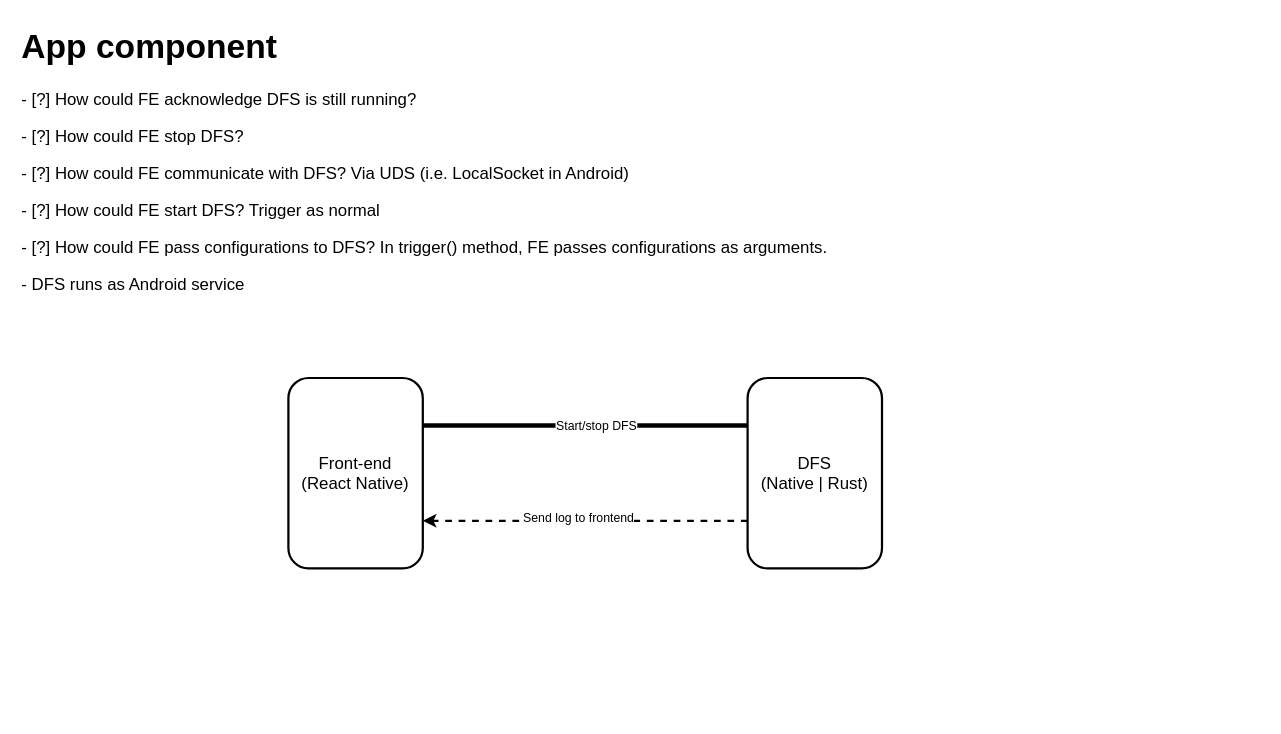
The draw.io diagram page "app-component" (1 of 4) of front-end/design.drawio in hoanghl/xbutler-document, before the edit. Source tidied: cells renumbered, new cells numbered last; positions are measured from the earlier drawing's top-left corner, leaving out a move shared by most shapes. Both pictures are drawn from the tidied source at 112%, with x=0, y=0 at pixel (19, 19).
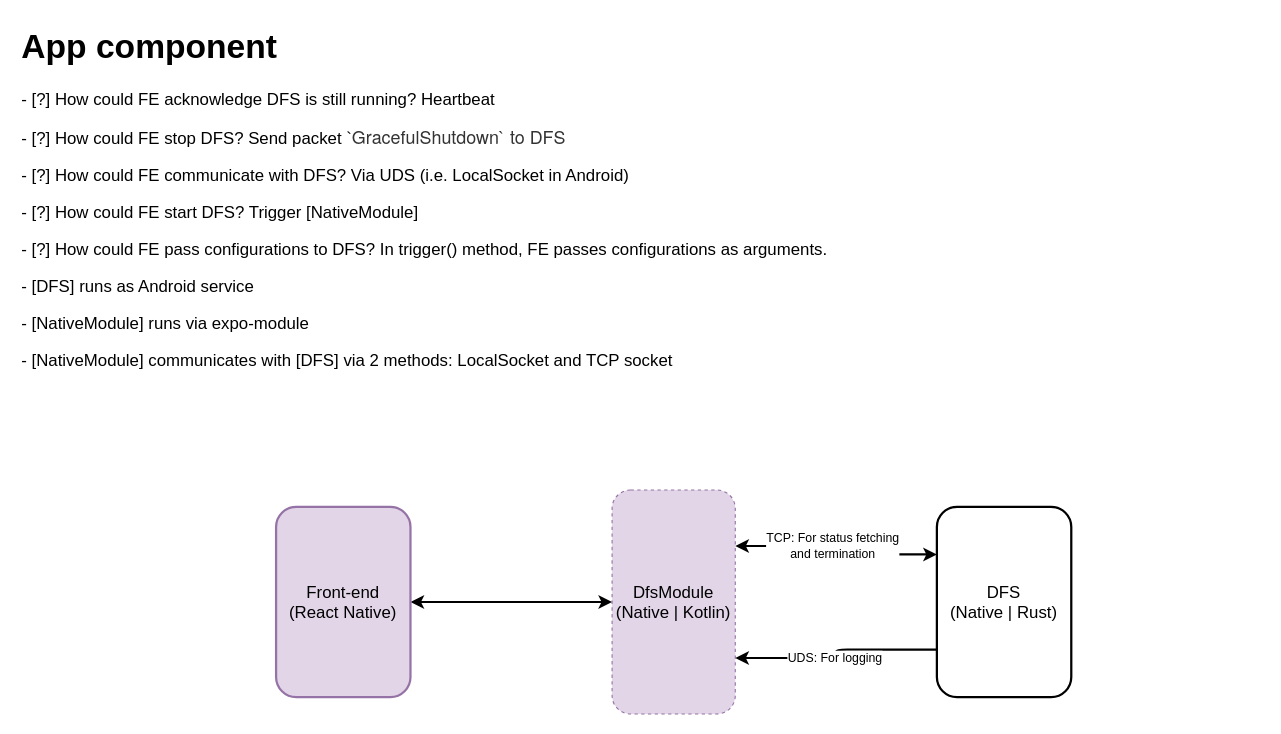
Above is the later version.

Commit message (it also covers changes not shown here):
Add system design and description for feature: Fetch DFS status

Change to the diagram source:
```diff
@@
 <mxGraphModel>
   <root>
     <mxCell id="0" />
     <mxCell id="1" parent="0" />
-    <mxCell id="2" style="edgeStyle=orthogonalEdgeStyle;rounded=0;jettySize=auto;html=1;exitX=0;exitY=0.75;exitDx=0;exitDy=0;entryX=1;entryY=0.75;entryDx=0;entryDy=0;strokeWidth=2;dashed=1;" parent="1" edge="1" source="5" target="4">
-      <mxGeometry relative="1" as="geometry" />
-    </mxCell>
-    <mxCell id="3" value="Send log to frontend" style="edgeLabel;html=1;align=center;verticalAlign=middle;" parent="2" vertex="1">
-      <mxGeometry x="0.05" y="-3" relative="1" as="geometry" />
-    </mxCell>
+    <mxCell id="9" value="&lt;font style=&quot;font-size: 15px;&quot;&gt;DfsModule&lt;/font&gt;&lt;div&gt;&lt;font style=&quot;font-size: 15px;&quot;&gt;(Native | Kotlin)&lt;/font&gt;&lt;/div&gt;" style="rounded=1;whiteSpace=wrap;html=1;dashed=1;fillColor=#e1d5e7;strokeColor=#9673a6;" parent="1" vertex="1">
+      <mxGeometry x="529" y="420" width="110" height="200" as="geometry" />
+    </mxCell>
+    <mxCell id="10" style="edgeStyle=orthogonalEdgeStyle;rounded=0;jettySize=auto;html=1;exitX=1;exitY=0.5;exitDx=0;exitDy=0;entryX=0;entryY=0.5;entryDx=0;entryDy=0;strokeWidth=2;startArrow=classic;startFill=1;" parent="1" edge="1" source="4" target="9">
+      <mxGeometry relative="1" as="geometry" />
+    </mxCell>
-    <mxCell id="4" value="&lt;font&gt;Front-end&lt;/font&gt;&lt;div&gt;&lt;font&gt;(React Native)&lt;/font&gt;&lt;/div&gt;" style="rounded=1;whiteSpace=wrap;html=1;strokeWidth=2;fontSize=15;" parent="1" vertex="1">
-      <mxGeometry x="240" y="320" width="120" height="170" as="geometry" />
+    <mxCell id="4" value="&lt;font&gt;Front-end&lt;/font&gt;&lt;div&gt;&lt;font&gt;(React Native)&lt;/font&gt;&lt;/div&gt;" style="rounded=1;whiteSpace=wrap;html=1;strokeWidth=2;fontSize=15;fillColor=#e1d5e7;strokeColor=#9673a6;" parent="1" vertex="1">
+      <mxGeometry x="229" y="435" width="120" height="170" as="geometry" />
     </mxCell>
     <mxCell id="5" value="&lt;span&gt;DFS&lt;/span&gt;&lt;div&gt;&lt;span&gt;(Native | Rust)&lt;/span&gt;&lt;/div&gt;" style="rounded=1;whiteSpace=wrap;html=1;strokeWidth=2;fontSize=15;" parent="1" vertex="1">
-      <mxGeometry x="650" y="320" width="120" height="170" as="geometry" />
+      <mxGeometry x="819" y="435" width="120" height="170" as="geometry" />
     </mxCell>
-    <mxCell id="6" value="&lt;h1 style=&quot;margin-top: 0px;&quot;&gt;App component&lt;/h1&gt;&lt;p&gt;- [?] How could FE acknowledge DFS is still running?&lt;/p&gt;&lt;p&gt;- [?] How could FE stop DFS?&lt;/p&gt;&lt;p&gt;- [?] How could FE communicate with DFS? Via UDS (i.e. LocalSocket in Android)&lt;/p&gt;&lt;p&gt;- [?] How could FE start DFS? Trigger as normal&lt;/p&gt;&lt;p&gt;- [?] How could FE pass configurations to DFS? In trigger() method, FE passes configurations as arguments.&lt;/p&gt;&lt;p&gt;- DFS runs as Android service&lt;/p&gt;" style="text;html=1;whiteSpace=wrap;overflow=hidden;rounded=0;fontSize=15;" parent="1" vertex="1">
+    <mxCell id="6" value="&lt;h1 style=&quot;margin-top: 0px;&quot;&gt;App component&lt;/h1&gt;&lt;p&gt;- [?] How could FE acknowledge DFS is still running? Heartbeat&lt;/p&gt;&lt;p&gt;- [?] How could FE stop DFS? Send packet `&lt;span style=&quot;background-color: rgb(255, 255, 255); color: rgb(51, 51, 51); font-family: &amp;quot;Helvetica Neue&amp;quot;, Helvetica, &amp;quot;Segoe UI&amp;quot;, Arial, freesans, sans-serif; font-size: 16px;&quot;&gt;GracefulShutdown` to DFS&lt;/span&gt;&lt;/p&gt;&lt;p&gt;- [?] How could FE communicate with DFS? Via UDS (i.e. LocalSocket in Android)&lt;/p&gt;&lt;p&gt;- [?] How could FE start DFS? Trigger [&lt;span style=&quot;text-align: center;&quot;&gt;NativeModule&lt;/span&gt;]&lt;/p&gt;&lt;p&gt;- [?] How could FE pass configurations to DFS? In trigger() method, FE passes configurations as arguments.&lt;/p&gt;&lt;p&gt;- [DFS] runs as Android service&lt;/p&gt;&lt;p&gt;- [&lt;span style=&quot;text-align: center;&quot;&gt;NativeModule&lt;/span&gt;] runs via expo-module&lt;/p&gt;&lt;p&gt;- [&lt;span style=&quot;text-align: center;&quot;&gt;NativeModule&lt;/span&gt;] communicates with [DFS] via 2 methods: LocalSocket and TCP socket&lt;/p&gt;" style="text;html=1;whiteSpace=wrap;overflow=hidden;rounded=0;fontSize=15;" parent="1" vertex="1">
       <mxGeometry width="1110" height="310" as="geometry" />
     </mxCell>
-    <mxCell id="7" style="endArrow=none;html=1;rounded=0;exitX=1;exitY=0.25;exitDx=0;exitDy=0;entryX=0;entryY=0.25;entryDx=0;entryDy=0;strokeWidth=4;" parent="1" edge="1" source="4" target="5">
-      <mxGeometry relative="1" as="geometry" />
-    </mxCell>
-    <mxCell id="8" value="Start/stop DFS" style="edgeLabel;html=1;align=center;verticalAlign=middle;" parent="7" vertex="1">
-      <mxGeometry x="0.06" relative="1" as="geometry" />
-    </mxCell>
+    <mxCell id="11" style="edgeStyle=orthogonalEdgeStyle;rounded=1;jettySize=auto;html=1;exitX=1;exitY=0.75;exitDx=0;exitDy=0;entryX=0;entryY=0.75;entryDx=0;entryDy=0;strokeWidth=2;startArrow=classic;startFill=1;curved=0;endArrow=none;endFill=0;" parent="1" edge="1" source="9" target="5">
+      <mxGeometry relative="1" as="geometry" />
+    </mxCell>
+    <mxCell id="12" value="UDS: For logging" style="edgeLabel;html=1;align=center;verticalAlign=middle;fontFamily=Helvetica;fontSize=11;fontColor=default;labelBackgroundColor=default;" parent="11" vertex="1">
+      <mxGeometry x="-0.06" y="1" relative="1" as="geometry" />
+    </mxCell>
+    <mxCell id="13" style="edgeStyle=orthogonalEdgeStyle;rounded=1;jettySize=auto;html=1;exitX=1;exitY=0.25;exitDx=0;exitDy=0;entryX=0;entryY=0.25;entryDx=0;entryDy=0;strokeWidth=2;startArrow=classic;startFill=1;curved=0;" parent="1" edge="1" source="9" target="5">
+      <mxGeometry relative="1" as="geometry" />
+    </mxCell>
+    <mxCell id="14" value="TCP: For status fetching&lt;div&gt;and termination&lt;/div&gt;" style="edgeLabel;html=1;align=center;verticalAlign=middle;fontFamily=Helvetica;fontSize=11;fontColor=default;labelBackgroundColor=default;" parent="13" vertex="1">
+      <mxGeometry x="-0.08" y="1" relative="1" as="geometry" />
+    </mxCell>
   </root>
 </mxGraphModel>
```
